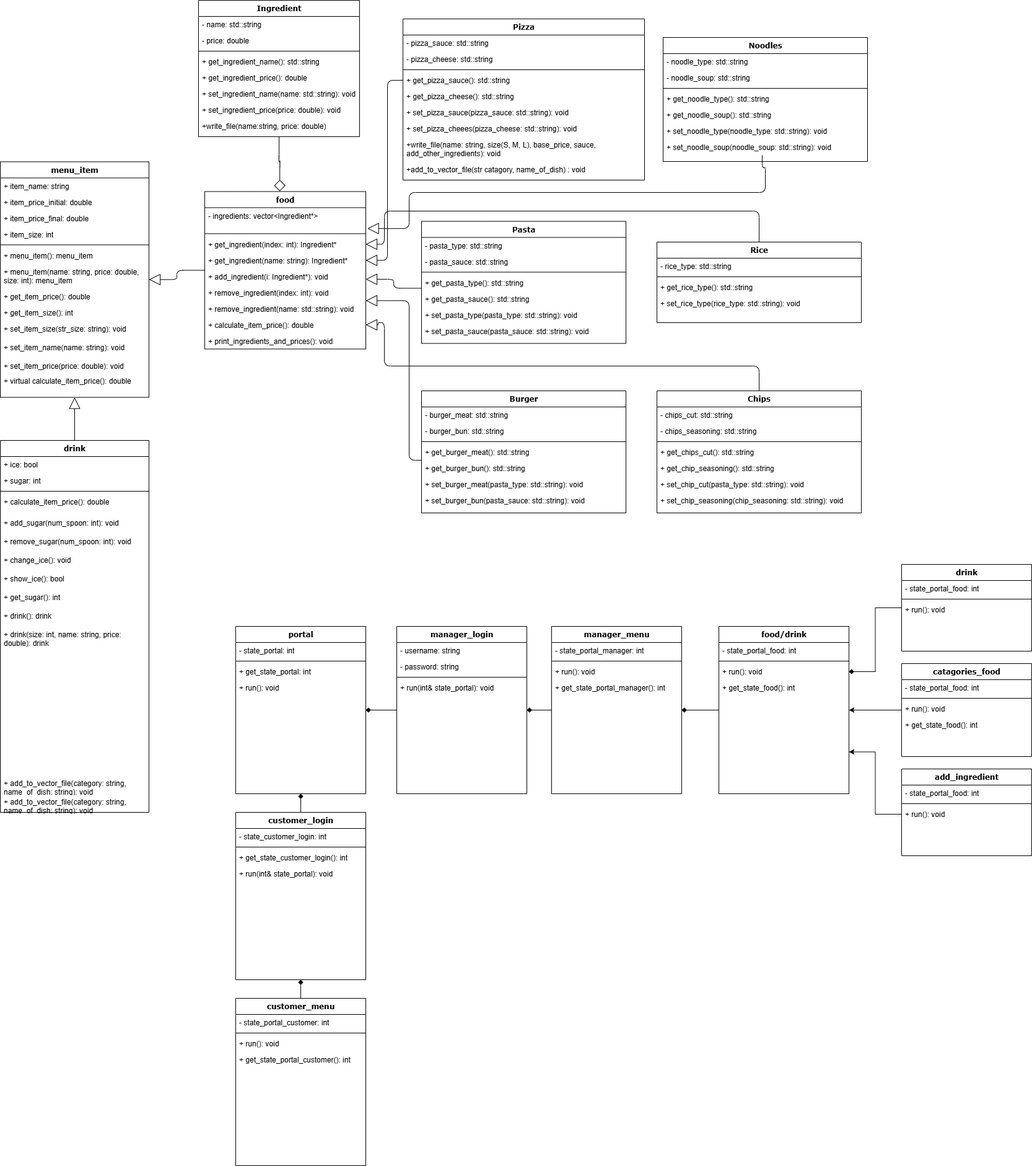
SohamA12345/Project keeps this draw.io diagram as UML.png. Above is the earlier version. Source tidied: cells renumbered, new cells last; positions are measured from the earlier drawing's top-left corner, leaving out a move shared by most shapes.
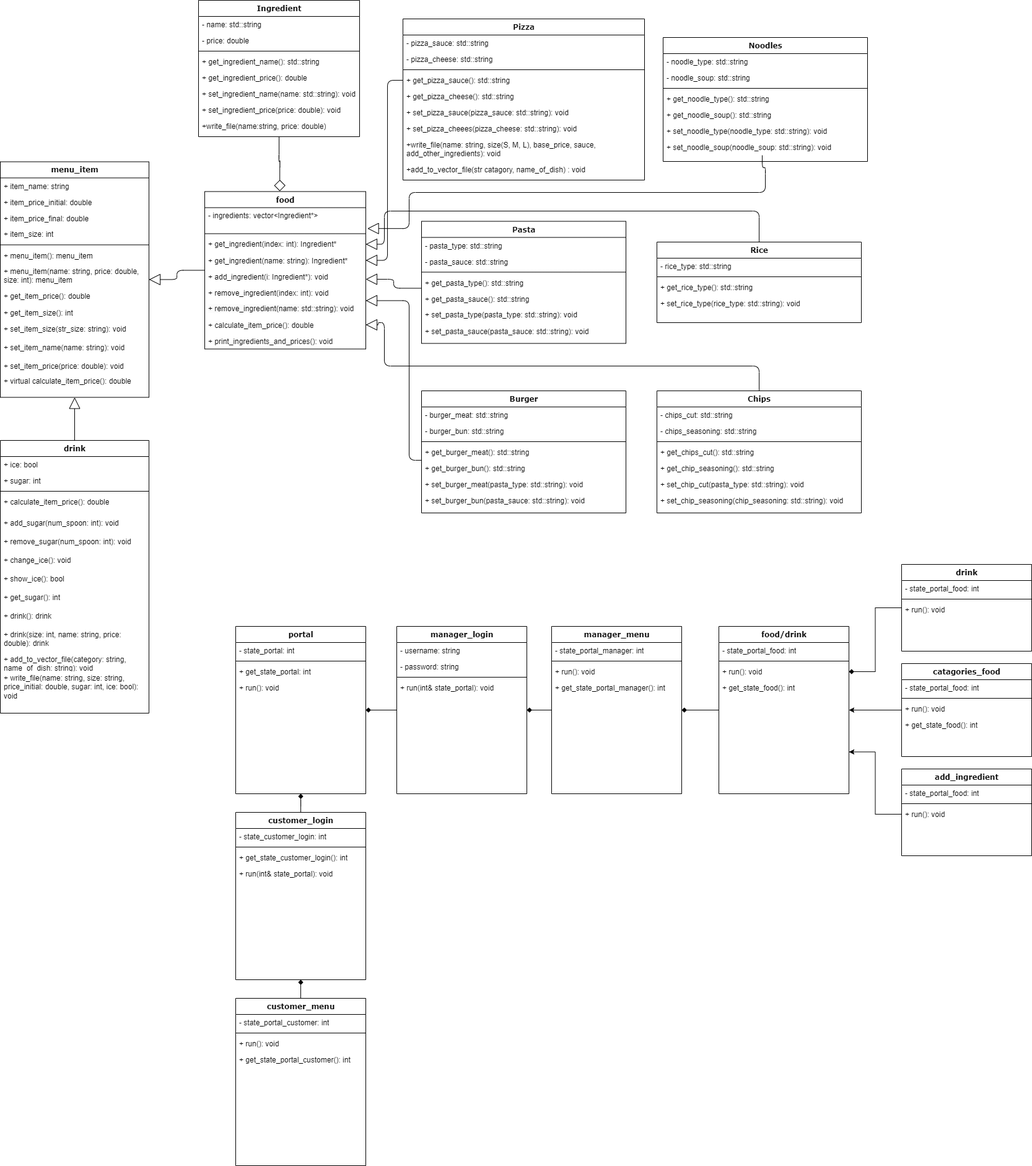
The same file after the commit.

Diff of the diagram source:
```diff
@@ -89,7 +89,7 @@
       <mxGeometry relative="1" as="geometry" />
     </mxCell>
     <mxCell id="29" value="drink" style="swimlane;html=1;fontStyle=1;align=center;verticalAlign=top;horizontal=1;startSize=26;swimlaneFillColor=#ffffff;rounded=0;shadow=0;comic=0;labelBackgroundColor=none;strokeWidth=1;fillColor=none;fontFamily=Verdana;fontSize=12;" parent="1" vertex="1">
-      <mxGeometry y="710" width="240" height="600" as="geometry" />
+      <mxGeometry y="710" width="240" height="440" as="geometry" />
     </mxCell>
     <mxCell id="30" value="+ ice: bool" style="text;html=1;strokeColor=none;fillColor=none;align=left;verticalAlign=top;spacingLeft=4;spacingRight=4;whiteSpace=wrap;overflow=hidden;" parent="29" vertex="1">
       <mxGeometry y="26" width="240" height="26" as="geometry" />
@@ -122,13 +122,13 @@
       <mxGeometry y="270" width="240" height="30" as="geometry" />
     </mxCell>
     <mxCell id="40" value="+ drink(size: int, name: string, price: double): drink" style="text;html=1;strokeColor=none;fillColor=none;align=left;verticalAlign=top;spacingLeft=4;spacingRight=4;whiteSpace=wrap;overflow=hidden;direction=south;" parent="29" vertex="1">
-      <mxGeometry y="300" width="240" height="240" as="geometry" />
+      <mxGeometry y="300" width="240" height="40" as="geometry" />
     </mxCell>
     <mxCell id="41" value="+ add_to_vector_file(category: string, name_of_dish: string): void" style="text;html=1;strokeColor=none;fillColor=none;align=left;verticalAlign=top;spacingLeft=4;spacingRight=4;whiteSpace=wrap;overflow=hidden;" parent="29" vertex="1">
-      <mxGeometry y="540" width="240" height="30" as="geometry" />
+      <mxGeometry y="340" width="240" height="30" as="geometry" />
     </mxCell>
-    <mxCell id="42" value="+ add_to_vector_file(category: string, name_of_dish: string): void" style="text;html=1;strokeColor=none;fillColor=none;align=left;verticalAlign=top;spacingLeft=4;spacingRight=4;whiteSpace=wrap;overflow=hidden;" parent="29" vertex="1">
-      <mxGeometry y="570" width="240" height="30" as="geometry" />
+    <mxCell id="42" value="+ write_file(name: string, size: string, price_initial: double, sugar: int, ice: bool): void" style="text;html=1;strokeColor=none;fillColor=none;align=left;verticalAlign=top;spacingLeft=4;spacingRight=4;whiteSpace=wrap;overflow=hidden;" parent="29" vertex="1">
+      <mxGeometry y="370" width="240" height="60" as="geometry" />
     </mxCell>
     <mxCell id="43" value="Ingredient" style="swimlane;html=1;fontStyle=1;align=center;verticalAlign=top;horizontal=1;startSize=26;swimlaneFillColor=#ffffff;rounded=0;shadow=0;comic=0;labelBackgroundColor=none;strokeWidth=1;fillColor=none;fontFamily=Verdana;fontSize=12;" parent="1" vertex="1">
       <mxGeometry x="320" width="260" height="220" as="geometry" />
```
